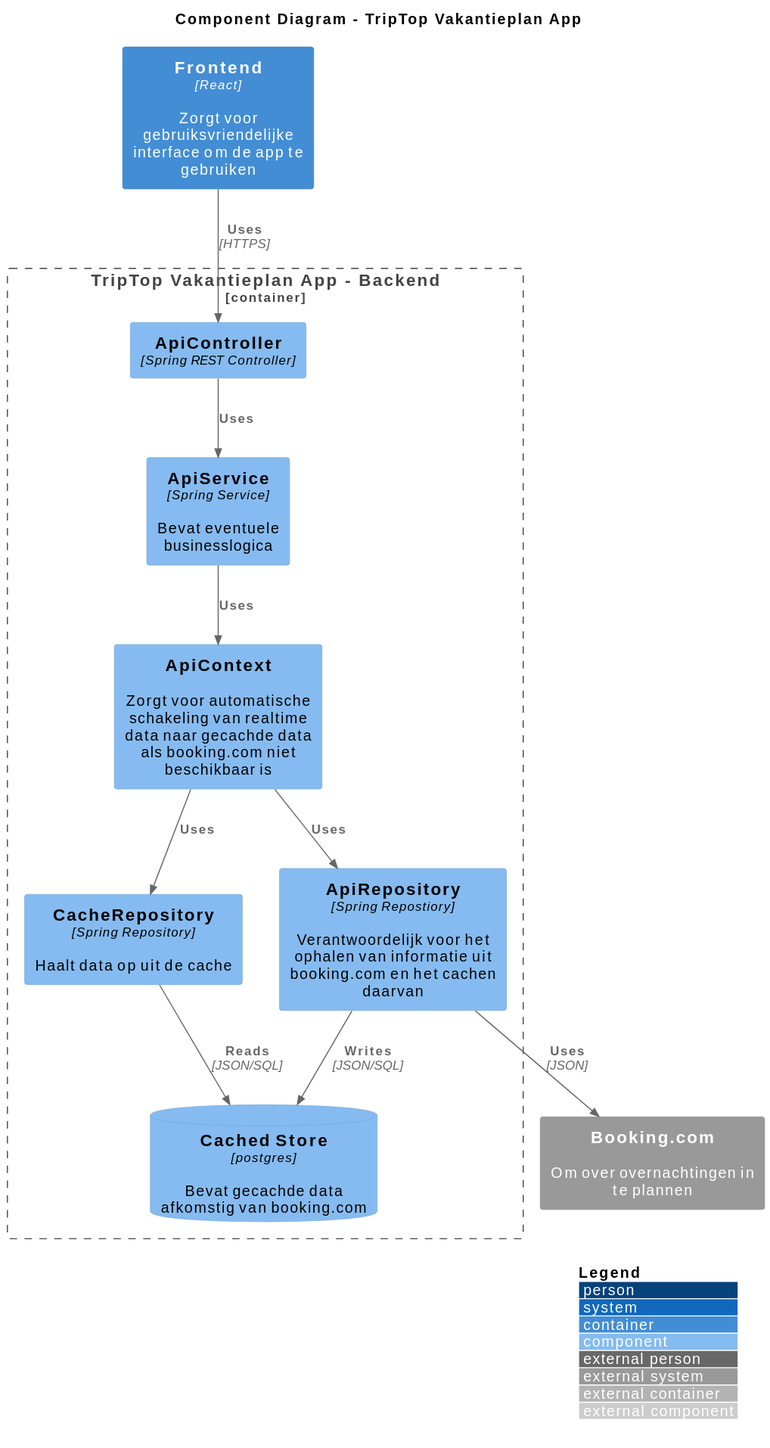
This is opdracht-diagrammen/component_diagram_onderzoeksvraag1_ramon.svg from AIM-ENE-feb25/triptop-groep-3-pedro-ramon-mees, a PlantUML export, as it was before one commit. The source it was exported from:
```plantuml
@startuml
!include https://raw.githubusercontent.com/plantuml-stdlib/C4-PlantUML/master/C4_Component.puml

title Component Diagram - TripTop Vakantieplan App

Container(frontend, "Frontend", "React", "Zorgt voor gebruiksvriendelijke interface om de app te gebruiken")

Container_Boundary(boundary,   "TripTop Vakantieplan App - Backend") {
    Component(apicontroller,   "ApiController",   "Spring REST Controller")
    Component(apiservice,      "ApiService",      "Spring Service",    "Bevat eventuele businesslogica")
    Component(apicontext,      "ApiContext",      "",                  "Zorgt voor automatische schakeling van realtime data naar gecachde data als booking.com niet beschikbaar is")
    Component(apirepository,   "ApiRepository",   "Spring Repostiory", "Verantwoordelijk voor het ophalen van informatie uit booking.com en het cachen daarvan")
    Component(cacherepository, "CacheRepository", "Spring Repository", "Haalt data op uit de cache")
    ComponentDb(db, "Cached Store", "postgres", "Bevat gecachde data afkomstig van booking.com")
}

Rel(frontend, apicontroller, "Uses", "HTTPS")

Rel(apicontroller, apiservice,      "Uses")
Rel(apiservice,    apicontext,      "Uses")
Rel(apicontext,    apirepository,   "Uses")
Rel(apicontext,    cacherepository, "Uses")

System_Ext(booking, "Booking.com", "Om over overnachtingen in te plannen")

Rel(apirepository, booking, "Uses", "JSON")

Rel(apirepository,   db, "Writes", "JSON/SQL")
Rel(cacherepository, db, "Reads",  "JSON/SQL")

SHOW_LEGEND(true)
LAYOUT_WITH_LEGEND()
@enduml
```
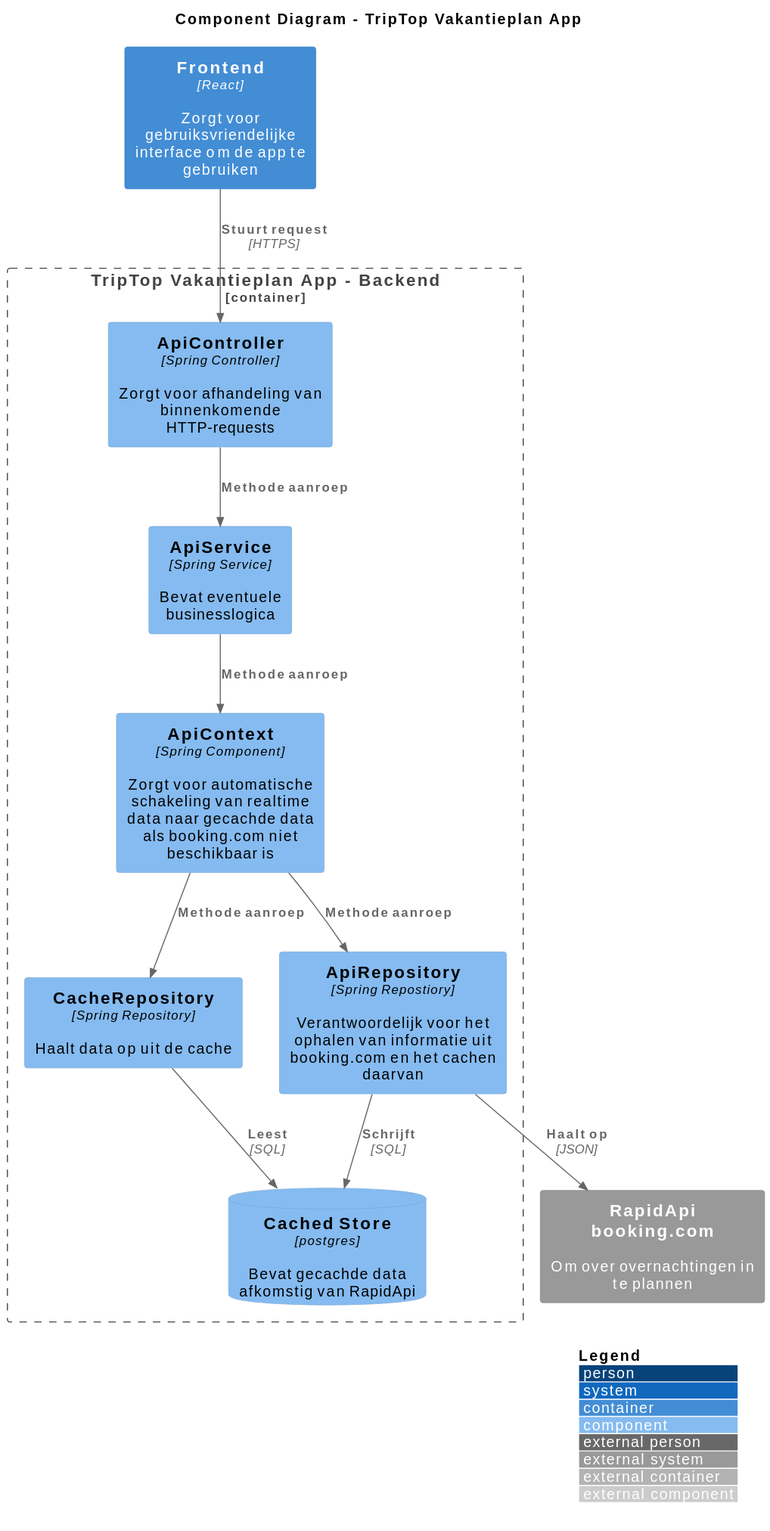
The same diagram one commit later.

Commit message:
Update component diagram

Change to the diagram source:
```diff
@@ -6,27 +6,27 @@
 Container(frontend, "Frontend", "React", "Zorgt voor gebruiksvriendelijke interface om de app te gebruiken")
 
 Container_Boundary(boundary,   "TripTop Vakantieplan App - Backend") {
-    Component(apicontroller,   "ApiController",   "Spring REST Controller")
-    Component(apiservice,      "ApiService",      "Spring Service",    "Bevat eventuele businesslogica")
-    Component(apicontext,      "ApiContext",      "",                  "Zorgt voor automatische schakeling van realtime data naar gecachde data als booking.com niet beschikbaar is")
-    Component(apirepository,   "ApiRepository",   "Spring Repostiory", "Verantwoordelijk voor het ophalen van informatie uit booking.com en het cachen daarvan")
-    Component(cacherepository, "CacheRepository", "Spring Repository", "Haalt data op uit de cache")
-    ComponentDb(db, "Cached Store", "postgres", "Bevat gecachde data afkomstig van booking.com")
+    Component(apicontroller,   "ApiController",   "Spring Controller", "Zorgt voor afhandeling van binnenkomende HTTP-requests")
+    Component(apiservice,      "ApiService",      "Spring Service",         "Bevat eventuele businesslogica")
+    Component(apicontext,      "ApiContext",      "Spring Component",       "Zorgt voor automatische schakeling van realtime data naar gecachde data als booking.com niet beschikbaar is")
+    Component(apirepository,   "ApiRepository",   "Spring Repostiory",      "Verantwoordelijk voor het ophalen van informatie uit booking.com en het cachen daarvan")
+    Component(cacherepository, "CacheRepository", "Spring Repository",      "Haalt data op uit de cache")
+    ComponentDb(db, "Cached Store", "postgres", "Bevat gecachde data afkomstig van RapidApi")
 }
 
-Rel(frontend, apicontroller, "Uses", "HTTPS")
+Rel(frontend, apicontroller, "Stuurt request", "HTTPS")
 
-Rel(apicontroller, apiservice,      "Uses")
-Rel(apiservice,    apicontext,      "Uses")
-Rel(apicontext,    apirepository,   "Uses")
-Rel(apicontext,    cacherepository, "Uses")
+Rel(apicontroller, apiservice,      "Methode aanroep")
+Rel(apiservice,    apicontext,      "Methode aanroep")
+Rel(apicontext,    apirepository,   "Methode aanroep")
+Rel(apicontext,    cacherepository, "Methode aanroep")
 
-System_Ext(booking, "Booking.com", "Om over overnachtingen in te plannen")
+System_Ext(booking, "RapidApi booking.com", "Om over overnachtingen in te plannen")
 
-Rel(apirepository, booking, "Uses", "JSON")
+Rel(apirepository, booking, "Haalt op", "JSON")
 
-Rel(apirepository,   db, "Writes", "JSON/SQL")
-Rel(cacherepository, db, "Reads",  "JSON/SQL")
+Rel(apirepository,   db, "Schrijft", "SQL")
+Rel(cacherepository, db, "Leest",    "SQL")
 
 SHOW_LEGEND(true)
 LAYOUT_WITH_LEGEND()
```
